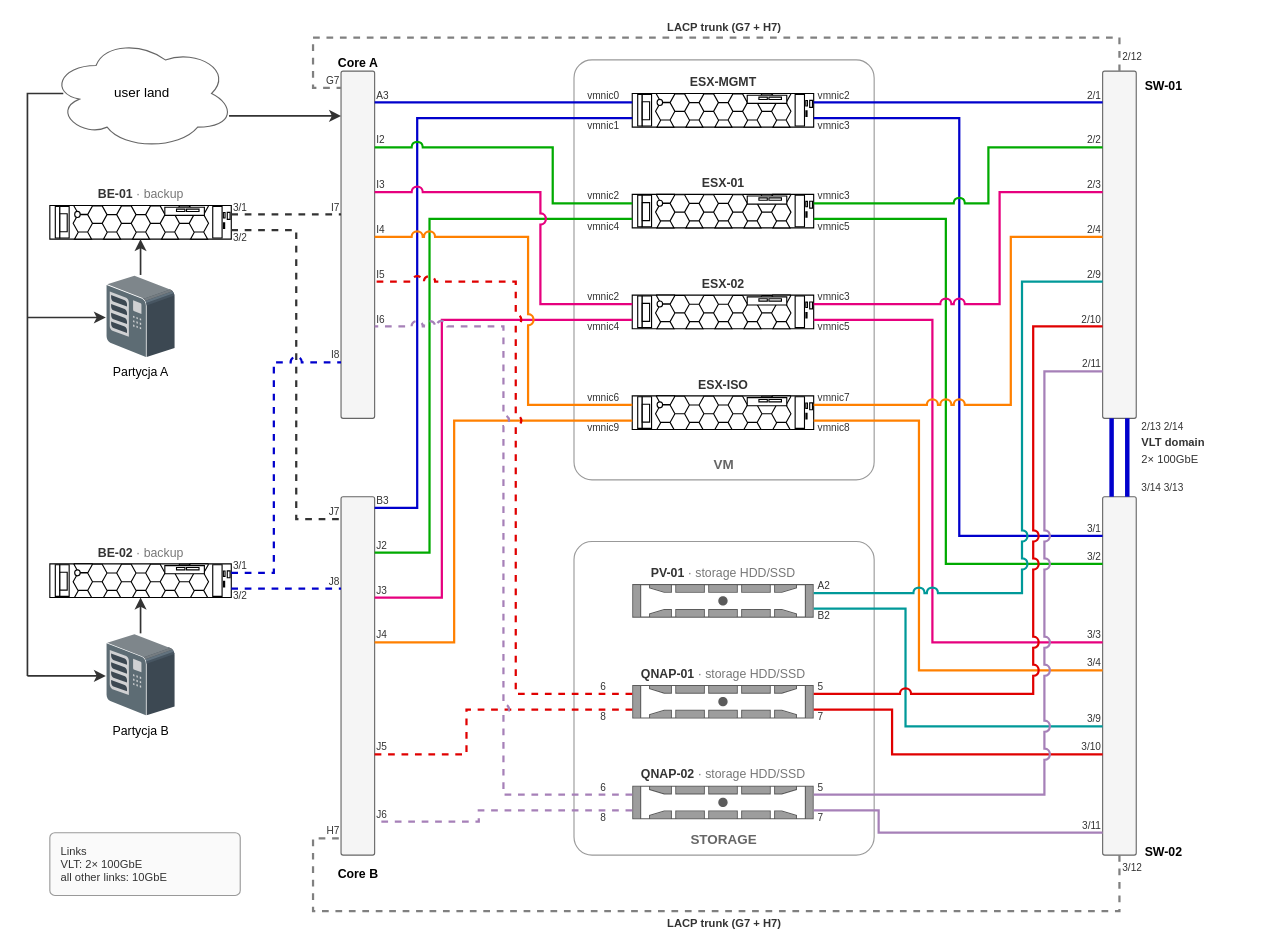
This is esx-V2.drawio from BO-RU-TA/mysnippets, a draw.io file, before an edit. Source tidied: cells renumbered, new cells numbered last; positions are measured from the earlier drawing's top-left corner, leaving out a move shared by most shapes. Both pictures are drawn from the tidied source at 112%, with x=0, y=0 at pixel (27, 19).
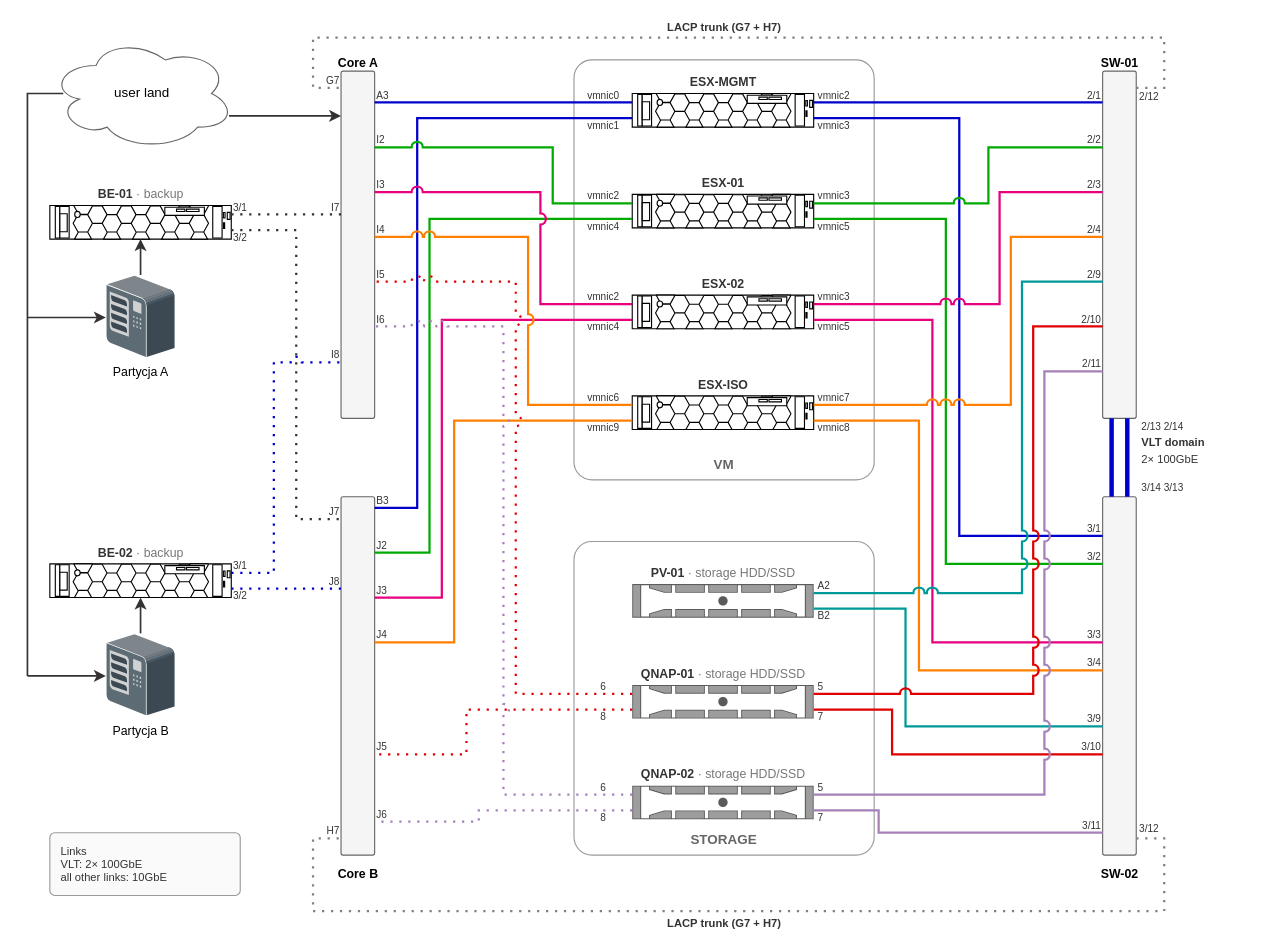
Above is the later version.

Commit message:
esx-V2.drawio: fine dotted lines, LACP trunk enters switches from the side

What changed in the source:
```diff
@@
-    <mxCell id="6" value="SW-01" style="text;html=1;align=left;fontStyle=1;fontSize=11;" parent="1" vertex="1">
-      <mxGeometry x="996" y="46" width="70" height="16" as="geometry" />
+    <mxCell id="6" value="SW-01" style="text;html=1;align=center;fontStyle=1;fontSize=11;" parent="1" vertex="1">
+      <mxGeometry x="940" y="26" width="70" height="16" as="geometry" />
     </mxCell>
-    <mxCell id="7" value="SW-02" style="text;html=1;align=left;fontStyle=1;fontSize=11;" parent="1" vertex="1">
-      <mxGeometry x="996" y="730" width="70" height="16" as="geometry" />
+    <mxCell id="7" value="SW-02" style="text;html=1;align=center;fontStyle=1;fontSize=11;" parent="1" vertex="1">
+      <mxGeometry x="940" y="750" width="70" height="16" as="geometry" />
     </mxCell>
@@
-    <mxCell id="78" style="endArrow=none;html=1;rounded=0;strokeWidth=2;strokeColor=#E00000;jumpStyle=arc;jumpSize=8;dashed=1;" parent="1" edge="1">
+    <mxCell id="78" style="endArrow=none;html=1;rounded=0;strokeWidth=2;strokeColor=#E00000;jumpStyle=arc;jumpSize=8;dashed=1;dashPattern=1 3;" parent="1" edge="1">
       <mxGeometry relative="1" as="geometry">
         <mxPoint x="540" y="602" as="sourcePoint" />
         <mxPoint x="310" y="234" as="targetPoint" />
         <Array as="points">
           <mxPoint x="436" y="602" />
           <mxPoint x="436" y="234" />
         </Array>
       </mxGeometry>
     </mxCell>
@@
-    <mxCell id="81" style="endArrow=none;html=1;rounded=0;strokeWidth=2;strokeColor=#E00000;jumpStyle=arc;jumpSize=8;dashed=1;" parent="1" edge="1">
+    <mxCell id="81" style="endArrow=none;html=1;rounded=0;strokeWidth=2;strokeColor=#E00000;jumpStyle=arc;jumpSize=8;dashed=1;dashPattern=1 3;" parent="1" edge="1">
       <mxGeometry relative="1" as="geometry">
         <mxPoint x="540" y="616" as="sourcePoint" />
         <mxPoint x="310" y="656" as="targetPoint" />
         <Array as="points">
           <mxPoint x="392" y="616" />
           <mxPoint x="392" y="656" />
         </Array>
       </mxGeometry>
     </mxCell>
@@
-    <mxCell id="92" style="endArrow=none;html=1;rounded=0;strokeWidth=2;strokeColor=#A680B8;jumpStyle=arc;jumpSize=8;dashed=1;" parent="1" edge="1">
+    <mxCell id="92" style="endArrow=none;html=1;rounded=0;strokeWidth=2;strokeColor=#A680B8;jumpStyle=arc;jumpSize=8;dashed=1;dashPattern=1 3;" parent="1" edge="1">
       <mxGeometry relative="1" as="geometry">
         <mxPoint x="540" y="692" as="sourcePoint" />
         <mxPoint x="310" y="274" as="targetPoint" />
         <Array as="points">
           <mxPoint x="425" y="692" />
           <mxPoint x="425" y="274" />
         </Array>
       </mxGeometry>
     </mxCell>
@@
-    <mxCell id="95" style="endArrow=none;html=1;rounded=0;strokeWidth=2;strokeColor=#A680B8;jumpStyle=arc;jumpSize=8;dashed=1;" parent="1" edge="1">
+    <mxCell id="95" style="endArrow=none;html=1;rounded=0;strokeWidth=2;strokeColor=#A680B8;jumpStyle=arc;jumpSize=8;dashed=1;dashPattern=1 3;" parent="1" edge="1">
       <mxGeometry relative="1" as="geometry">
         <mxPoint x="540" y="706" as="sourcePoint" />
         <mxPoint x="310" y="716" as="targetPoint" />
         <Array as="points">
           <mxPoint x="403" y="706" />
           <mxPoint x="403" y="716" />
         </Array>
       </mxGeometry>
     </mxCell>
@@
-    <mxCell id="110" style="endArrow=none;html=1;rounded=0;strokeWidth=2;strokeColor=#808080;jumpStyle=arc;jumpSize=8;dashed=1;" parent="1" edge="1">
+    <mxCell id="110" style="endArrow=none;html=1;rounded=0;strokeWidth=2;strokeColor=#808080;jumpStyle=arc;jumpSize=8;dashed=1;dashPattern=1 3;" parent="1" edge="1">
       <mxGeometry relative="1" as="geometry">
-        <mxPoint x="975" y="46" as="sourcePoint" />
+        <mxPoint x="990" y="61" as="sourcePoint" />
         <mxPoint x="280" y="61" as="targetPoint" />
         <Array as="points">
-          <mxPoint x="975" y="16" />
+          <mxPoint x="1015" y="61" />
+          <mxPoint x="1015" y="16" />
           <mxPoint x="255" y="16" />
           <mxPoint x="255" y="61" />
         </Array>
       </mxGeometry>
     </mxCell>
     <mxCell id="111" value="2/12" style="text;html=1;align=left;verticalAlign=middle;fontSize=9;fontColor=#333333;spacing=0;" parent="1" vertex="1">
-      <mxGeometry x="978" y="28" width="30" height="12" as="geometry" />
+      <mxGeometry x="993" y="63" width="22" height="12" as="geometry" />
     </mxCell>
@@
-    <mxCell id="114" style="endArrow=none;html=1;rounded=0;strokeWidth=2;strokeColor=#808080;jumpStyle=arc;jumpSize=8;dashed=1;" parent="1" edge="1">
+    <mxCell id="114" style="endArrow=none;html=1;rounded=0;strokeWidth=2;strokeColor=#808080;jumpStyle=arc;jumpSize=8;dashed=1;dashPattern=1 3;" parent="1" edge="1">
       <mxGeometry relative="1" as="geometry">
-        <mxPoint x="975" y="746" as="sourcePoint" />
+        <mxPoint x="990" y="731" as="sourcePoint" />
         <mxPoint x="280" y="731" as="targetPoint" />
         <Array as="points">
-          <mxPoint x="975" y="796" />
+          <mxPoint x="1015" y="731" />
+          <mxPoint x="1015" y="796" />
           <mxPoint x="255" y="796" />
           <mxPoint x="255" y="731" />
         </Array>
       </mxGeometry>
     </mxCell>
     <mxCell id="115" value="3/12" style="text;html=1;align=left;verticalAlign=middle;fontSize=9;fontColor=#333333;spacing=0;" parent="1" vertex="1">
-      <mxGeometry x="978" y="752" width="30" height="12" as="geometry" />
+      <mxGeometry x="993" y="717" width="22" height="12" as="geometry" />
     </mxCell>
@@
-    <mxCell id="122" style="endArrow=none;html=1;rounded=0;strokeWidth=2;strokeColor=#333333;jumpStyle=arc;jumpSize=8;dashed=1;" parent="1" edge="1">
+    <mxCell id="122" style="endArrow=none;html=1;rounded=0;strokeWidth=2;strokeColor=#333333;jumpStyle=arc;jumpSize=8;dashed=1;dashPattern=1 3;" parent="1" edge="1">
       <mxGeometry relative="1" as="geometry">
         <mxPoint x="182" y="174" as="sourcePoint" />
         <mxPoint x="280" y="174" as="targetPoint" />
       </mxGeometry>
     </mxCell>
@@
-    <mxCell id="125" style="endArrow=none;html=1;rounded=0;strokeWidth=2;strokeColor=#333333;jumpStyle=arc;jumpSize=8;dashed=1;" parent="1" edge="1">
+    <mxCell id="125" style="endArrow=none;html=1;rounded=0;strokeWidth=2;strokeColor=#333333;jumpStyle=arc;jumpSize=8;dashed=1;dashPattern=1 3;" parent="1" edge="1">
       <mxGeometry relative="1" as="geometry">
         <mxPoint x="182" y="188" as="sourcePoint" />
         <mxPoint x="280" y="446" as="targetPoint" />
         <Array as="points">
           <mxPoint x="240" y="188" />
           <mxPoint x="240" y="446" />
         </Array>
       </mxGeometry>
     </mxCell>
@@
-    <mxCell id="128" style="endArrow=none;html=1;rounded=0;strokeWidth=2;strokeColor=#0000CC;jumpStyle=arc;jumpSize=8;dashed=1;" parent="1" edge="1">
+    <mxCell id="128" style="endArrow=none;html=1;rounded=0;strokeWidth=2;strokeColor=#0000CC;jumpStyle=arc;jumpSize=8;dashed=1;dashPattern=1 3;" parent="1" edge="1">
       <mxGeometry relative="1" as="geometry">
         <mxPoint x="182" y="494" as="sourcePoint" />
         <mxPoint x="280" y="306" as="targetPoint" />
         <Array as="points">
           <mxPoint x="220" y="494" />
           <mxPoint x="220" y="306" />
         </Array>
       </mxGeometry>
     </mxCell>
@@
-    <mxCell id="131" style="endArrow=none;html=1;rounded=0;strokeWidth=2;strokeColor=#0000CC;jumpStyle=arc;jumpSize=8;dashed=1;" parent="1" edge="1">
+    <mxCell id="131" style="endArrow=none;html=1;rounded=0;strokeWidth=2;strokeColor=#0000CC;jumpStyle=arc;jumpSize=8;dashed=1;dashPattern=1 3;" parent="1" edge="1">
       <mxGeometry relative="1" as="geometry">
         <mxPoint x="182" y="508" as="sourcePoint" />
         <mxPoint x="280" y="508" as="targetPoint" />
       </mxGeometry>
     </mxCell>
```
